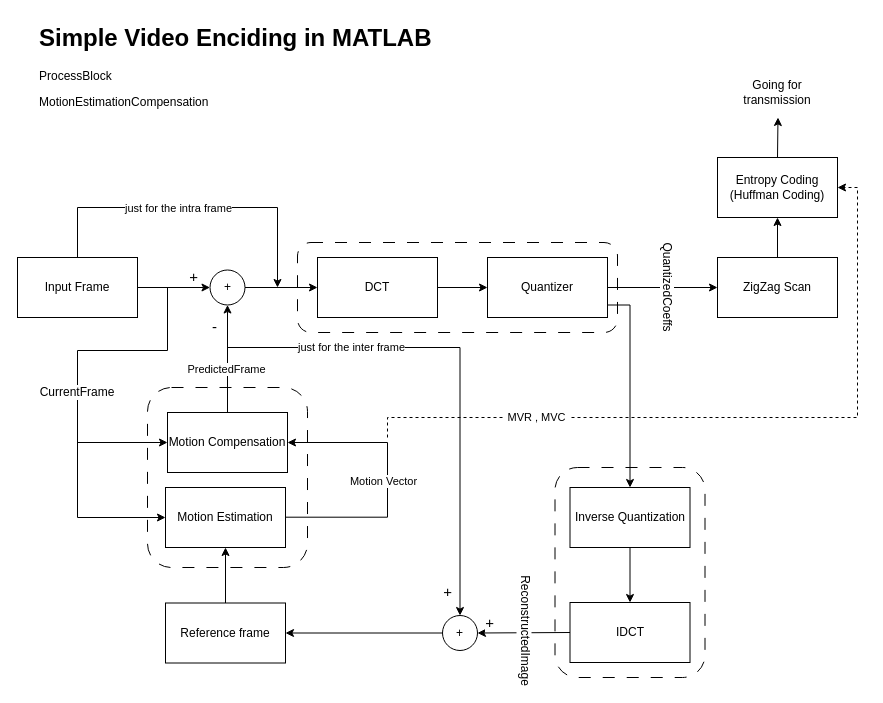
Amin-Maky/Simple-Videocoding-in-Matlab keeps this draw.io diagram as blockDesin.drawio. Above is the earlier version. Source tidied: cells renumbered, new cells numbered last; positions are measured from the earlier drawing's top-left corner, leaving out a move shared by most shapes. Both pictures are drawn from the tidied source at 100%, with x=0, y=0 at pixel (17, 17).
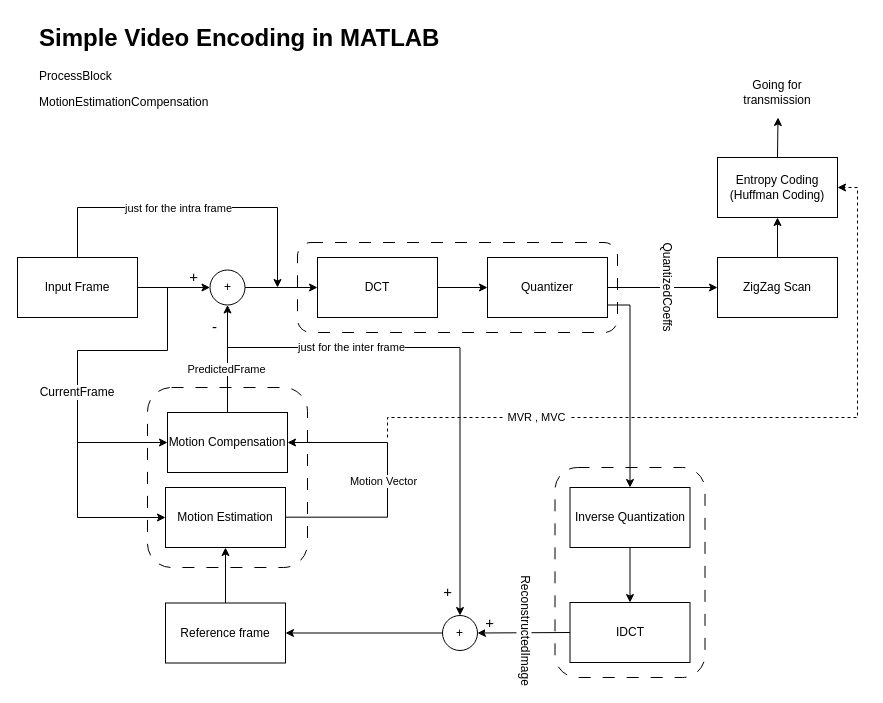
The same page after the edit.

Change to the diagram source:
```diff
@@
-    <mxCell id="43" value="&lt;h1 style=&quot;margin-top: 0px;&quot;&gt;Simple Video Enciding in MATLAB&lt;/h1&gt;&lt;p&gt;&lt;font style=&quot;color: light-dark(rgb(0, 0, 0), rgb(255, 0, 0));&quot;&gt;ProcessBlock&lt;/font&gt;&lt;/p&gt;&lt;p&gt;&lt;font style=&quot;color: light-dark(rgb(0, 0, 0), rgb(0, 0, 255));&quot;&gt;MotionEstimationCompensation&lt;/font&gt;&lt;/p&gt;" style="text;html=1;whiteSpace=wrap;overflow=hidden;rounded=0;" parent="1" vertex="1">
+    <mxCell id="43" value="&lt;h1 style=&quot;margin-top: 0px;&quot;&gt;Simple Video Encoding in MATLAB&lt;/h1&gt;&lt;p&gt;&lt;font style=&quot;color: light-dark(rgb(0, 0, 0), rgb(255, 0, 0));&quot;&gt;ProcessBlock&lt;/font&gt;&lt;/p&gt;&lt;p&gt;&lt;font style=&quot;color: light-dark(rgb(0, 0, 0), rgb(0, 0, 255));&quot;&gt;MotionEstimationCompensation&lt;/font&gt;&lt;/p&gt;" style="text;html=1;whiteSpace=wrap;overflow=hidden;rounded=0;" parent="1" vertex="1">
       <mxGeometry x="20" width="440" height="120" as="geometry" />
     </mxCell>
```
